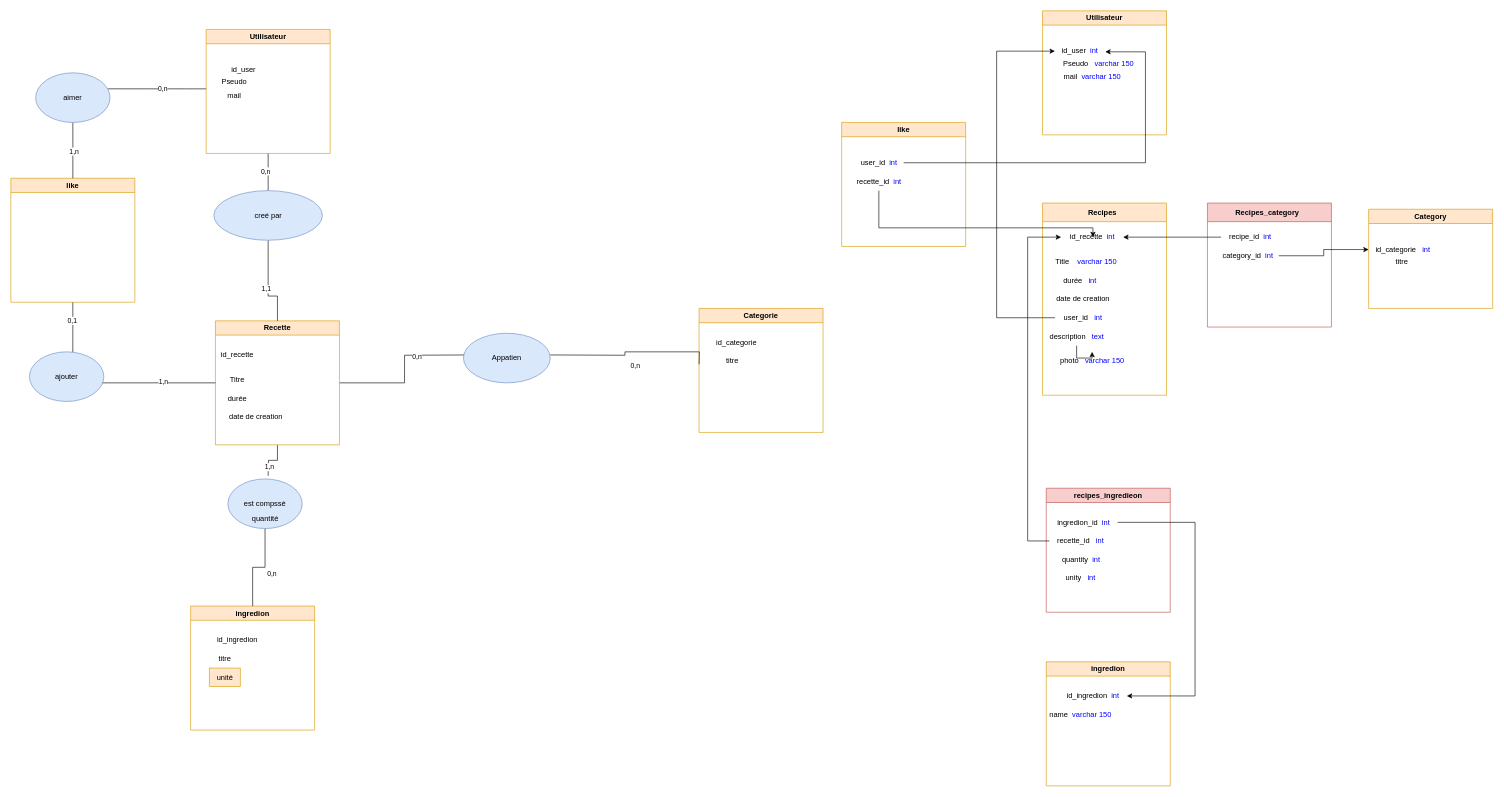
sgjiri/marmiton keeps this draw.io diagram as Diagramme sans nom.drawio. Above is the earlier version. Source tidied: cells renumbered, new cells numbered last; positions are measured from the earlier drawing's top-left corner, leaving out a move shared by most shapes. Both pictures are drawn from the tidied source at 62%, with x=0, y=0 at pixel (11, 11).
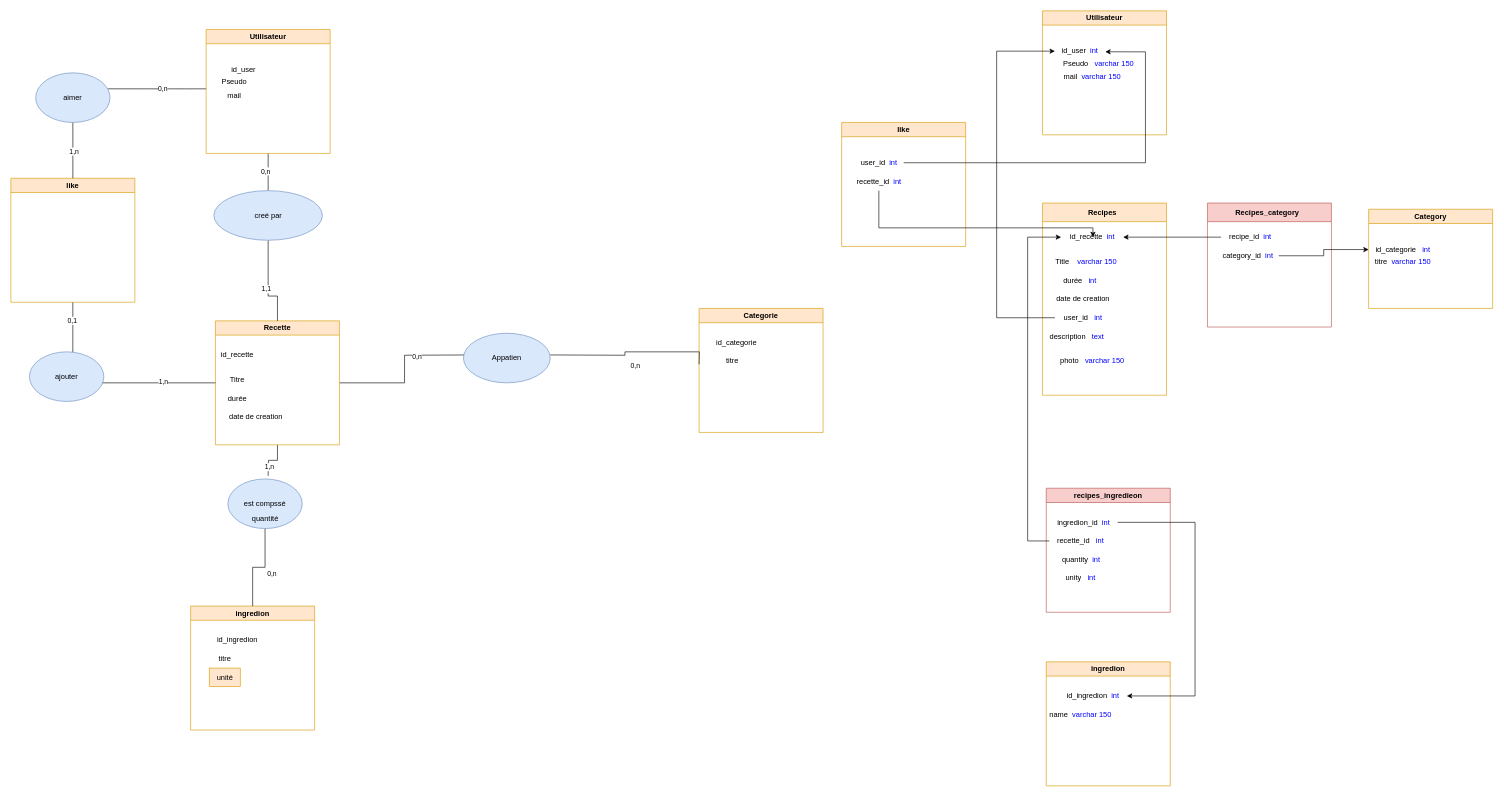
The same diagram, later.

Commit message:
Mettre à jour Diagramme sans nom.drawio

The change refers to these unchanged cells:
```xml
<mxCell id="35" value="Recipes&amp;nbsp;&amp;nbsp;" style="swimlane;whiteSpace=wrap;html=1;fillColor=#ffe6cc;strokeColor=#d79b00;startSize=30;" parent="1" vertex="1">
  <mxGeometry x="1664" y="310" width="200" height="310" as="geometry" />
</mxCell>
<mxCell id="42" value="description&amp;nbsp; &amp;nbsp;&lt;font color=&quot;#0000ff&quot;&gt;text&lt;/font&gt;" style="text;html=1;align=center;verticalAlign=middle;points=[];strokeColor=none;fillColor=none;" parent="35" vertex="1">
  <mxGeometry y="200" width="110" height="30" as="geometry" />
</mxCell>
<mxCell id="43" value="photo&amp;nbsp; &amp;nbsp;&lt;font color=&quot;#0000ff&quot;&gt;varchar 150&lt;/font&gt;" style="text;html=1;align=center;verticalAlign=middle;points=[];strokeColor=none;fillColor=none;" parent="35" vertex="1">
  <mxGeometry x="15" y="240" width="130" height="30" as="geometry" />
</mxCell>
<mxCell id="47" value="Category" style="swimlane;whiteSpace=wrap;html=1;fillColor=#ffe6cc;strokeColor=#d79b00;" parent="1" vertex="1">
  <mxGeometry x="2190" y="320" width="200" height="160" as="geometry" />
</mxCell>
```

Diff of the diagram source:
```diff
@@
-    <mxCell id="41" style="edgeStyle=orthogonalEdgeStyle;rounded=0;jettySize=auto;html=1;" parent="35" edge="1" source="42" target="43">
-      <mxGeometry relative="1" as="geometry" />
-    </mxCell>
@@
-    <mxCell id="48" value="titre&amp;nbsp;" style="text;html=1;align=center;verticalAlign=middle;strokeColor=none;fillColor=none;" parent="47" vertex="1">
-      <mxGeometry x="30" y="70" width="50" height="30" as="geometry" />
+    <mxCell id="48" value="titre&amp;nbsp; &lt;font color=&quot;#0000ff&quot;&gt;varchar 150&lt;/font&gt;" style="text;html=1;align=center;verticalAlign=middle;strokeColor=none;fillColor=none;" parent="47" vertex="1">
+      <mxGeometry y="70" width="110" height="30" as="geometry" />
     </mxCell>
```
